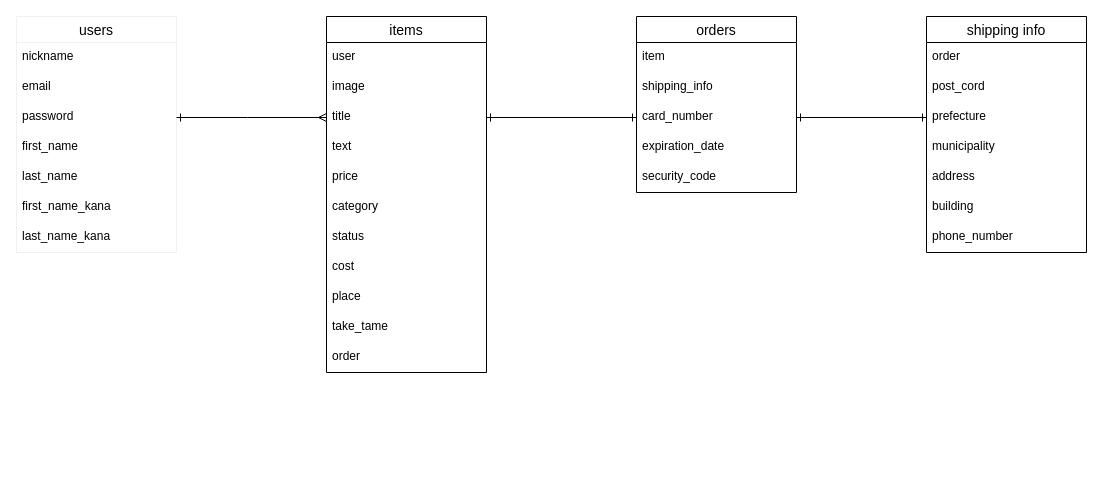
The draw.io diagram datebase-plan.dio in yusuketakeda727/furima-34009, before the edit. Source tidied: cells renumbered, new cells numbered last; positions are measured from the earlier drawing's top-left corner, leaving out a move shared by most shapes. Both pictures are drawn from the tidied source at 100%, with x=0, y=0 at pixel (16, 16).
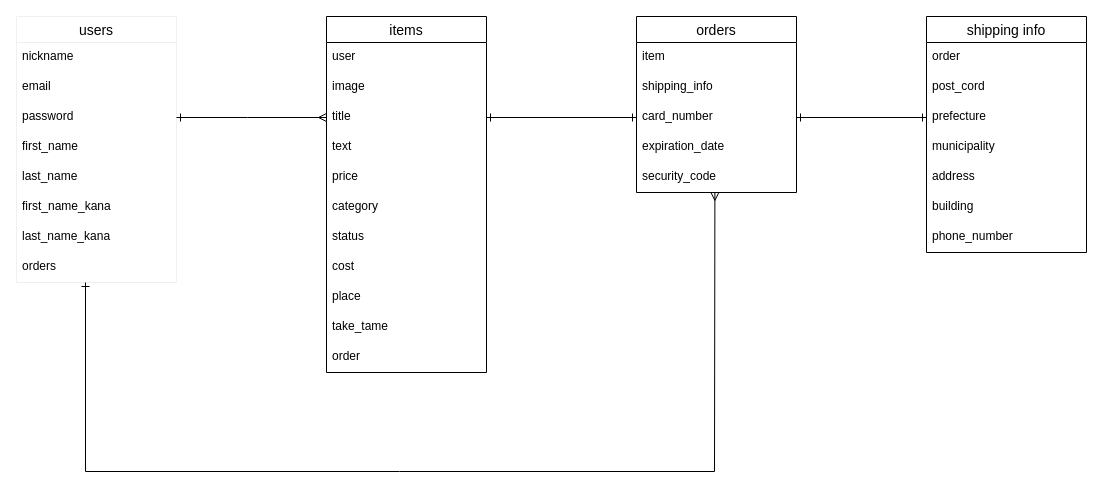
After the change.

Commit message (it also covers changes not shown here):
データーベース設計の修正

Unchanged cells that the change refers to:
```xml
<mxCell id="15" value="security_code" style="text;strokeColor=none;fillColor=none;spacingLeft=4;spacingRight=4;overflow=hidden;points=[[0,0.5],[1,0.5]];portConstraint=eastwest;fontSize=12;" parent="10" vertex="1">
  <mxGeometry y="146" width="160" height="30" as="geometry" />
</mxCell>
```

Change to the diagram source:
```diff
@@
     <mxCell id="28" value="users" style="swimlane;fontStyle=0;horizontal=1;startSize=26;align=center;fontSize=14;glass=0;strokeColor=#f0f0f0;fillColor=none;" parent="1" vertex="1">
-      <mxGeometry width="160" height="236" as="geometry" />
+      <mxGeometry width="160" height="266" as="geometry" />
     </mxCell>
@@
+    <mxCell id="39" value="orders" style="text;strokeColor=none;fillColor=none;spacingLeft=4;spacingRight=4;overflow=hidden;fontSize=12;" parent="28" vertex="1">
+      <mxGeometry y="236" width="160" height="30" as="geometry" />
+    </mxCell>
@@
+    <mxCell id="40" style="endArrow=ERmany;html=1;rounded=0;entryX=0.49;entryY=0.997;entryDx=0;entryDy=0;entryPerimeter=0;startArrow=ERone;startFill=0;endFill=0;" parent="1" edge="1" target="15">
+      <mxGeometry relative="1" as="geometry">
+        <mxPoint x="69" y="266" as="sourcePoint" />
+        <Array as="points">
+          <mxPoint x="69" y="455" />
+          <mxPoint x="383" y="455" />
+          <mxPoint x="698" y="455" />
+        </Array>
+      </mxGeometry>
+    </mxCell>
```
